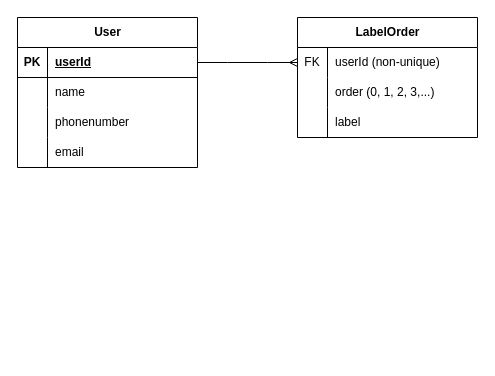
Earlier version of the draw.io diagram page "ERD" (1 of 4) of Diagram.drawio (thanhvinh73/PBL4). Source tidied: cells renumbered, new cells numbered last; positions are measured from the earlier drawing's top-left corner, leaving out a move shared by most shapes. Both pictures are drawn from the tidied source at 100%, with x=0, y=0 at pixel (17, 17).
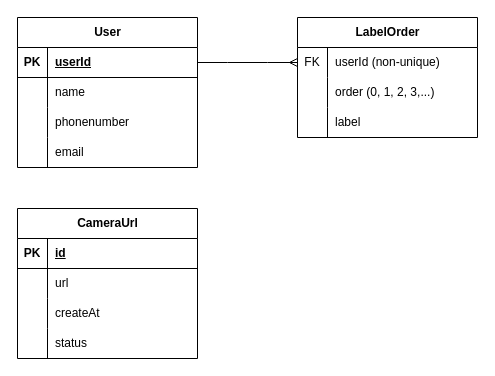
After the change.

Diff of the diagram source:
```diff
@@
+    <mxCell id="26" value="CameraUrl" style="shape=table;startSize=30;childLayout=tableLayout;rowLines=0;fontStyle=1;align=center;html=1;" parent="1" vertex="1">
+      <mxGeometry y="191" width="180" height="150" as="geometry" />
+    </mxCell>
+    <mxCell id="27" style="shape=tableRow;horizontal=0;startSize=0;swimlaneHead=0;swimlaneBody=0;fillColor=none;top=0;left=0;right=0;bottom=1;" parent="26" vertex="1">
+      <mxGeometry y="30" width="180" height="30" as="geometry" />
+    </mxCell>
+    <mxCell id="28" value="PK" style="shape=partialRectangle;fillColor=none;top=0;left=0;bottom=0;right=0;fontStyle=1;overflow=hidden;whiteSpace=wrap;html=1;" parent="27" vertex="1">
+      <mxGeometry width="30" height="30" as="geometry" />
+    </mxCell>
+    <mxCell id="29" value="id" style="shape=partialRectangle;fillColor=none;top=0;left=0;bottom=0;right=0;align=left;spacingLeft=6;fontStyle=5;overflow=hidden;whiteSpace=wrap;html=1;" parent="27" vertex="1">
+      <mxGeometry x="30" width="150" height="30" as="geometry" />
+    </mxCell>
+    <mxCell id="30" style="shape=tableRow;horizontal=0;startSize=0;swimlaneHead=0;swimlaneBody=0;fillColor=none;top=0;left=0;right=0;bottom=0;" parent="26" vertex="1">
+      <mxGeometry y="60" width="180" height="30" as="geometry" />
+    </mxCell>
+    <mxCell id="31" style="shape=partialRectangle;fillColor=none;top=0;left=0;bottom=0;right=0;overflow=hidden;whiteSpace=wrap;html=1;" parent="30" vertex="1">
+      <mxGeometry width="30" height="30" as="geometry" />
+    </mxCell>
+    <mxCell id="32" value="url" style="shape=partialRectangle;fillColor=none;top=0;left=0;bottom=0;right=0;align=left;spacingLeft=6;overflow=hidden;whiteSpace=wrap;html=1;" parent="30" vertex="1">
+      <mxGeometry x="30" width="150" height="30" as="geometry" />
+    </mxCell>
+    <mxCell id="33" style="shape=tableRow;horizontal=0;startSize=0;swimlaneHead=0;swimlaneBody=0;fillColor=none;top=0;left=0;right=0;bottom=0;" parent="26" vertex="1">
+      <mxGeometry y="90" width="180" height="30" as="geometry" />
+    </mxCell>
+    <mxCell id="34" style="shape=partialRectangle;fillColor=none;top=0;left=0;bottom=0;right=0;overflow=hidden;whiteSpace=wrap;html=1;" parent="33" vertex="1">
+      <mxGeometry width="30" height="30" as="geometry" />
+    </mxCell>
+    <mxCell id="35" value="createAt" style="shape=partialRectangle;fillColor=none;top=0;left=0;bottom=0;right=0;align=left;spacingLeft=6;overflow=hidden;whiteSpace=wrap;html=1;" parent="33" vertex="1">
+      <mxGeometry x="30" width="150" height="30" as="geometry" />
+    </mxCell>
+    <mxCell id="36" style="shape=tableRow;horizontal=0;startSize=0;swimlaneHead=0;swimlaneBody=0;fillColor=none;top=0;left=0;right=0;bottom=0;" parent="26" vertex="1">
+      <mxGeometry y="120" width="180" height="30" as="geometry" />
+    </mxCell>
+    <mxCell id="37" style="shape=partialRectangle;fillColor=none;top=0;left=0;bottom=0;right=0;overflow=hidden;whiteSpace=wrap;html=1;" parent="36" vertex="1">
+      <mxGeometry width="30" height="30" as="geometry" />
+    </mxCell>
+    <mxCell id="38" value="status" style="shape=partialRectangle;fillColor=none;top=0;left=0;bottom=0;right=0;align=left;spacingLeft=6;overflow=hidden;whiteSpace=wrap;html=1;" parent="36" vertex="1">
+      <mxGeometry x="30" width="150" height="30" as="geometry" />
+    </mxCell>
```
